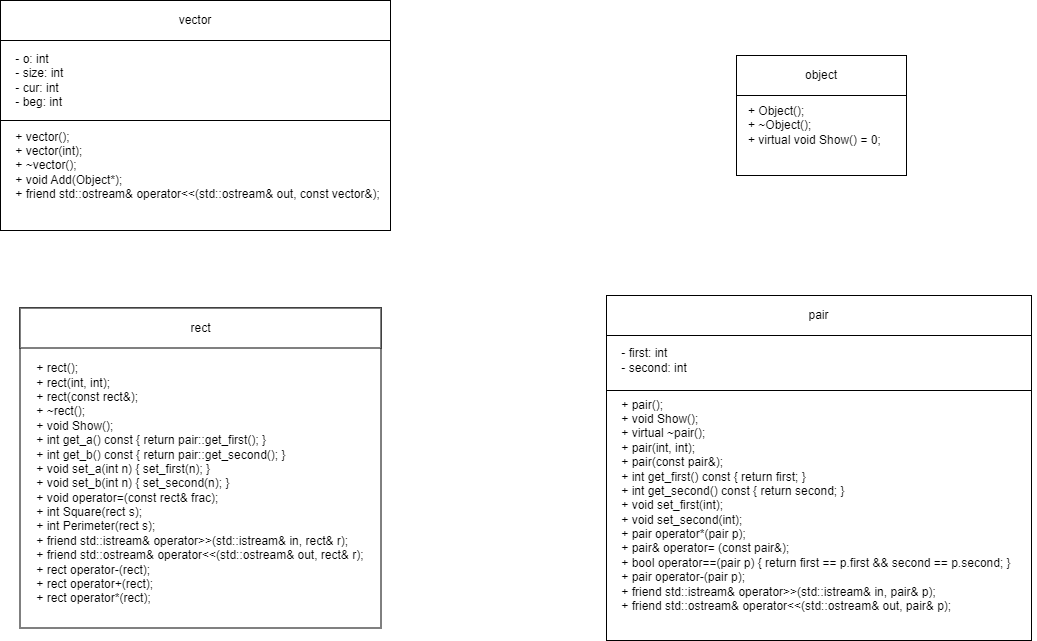
Earlier version of the draw.io export 2 Семестр/Class/Лаба 5/Лаба 5 Классы.png (IlyaFedoseev227/LABS-PNRPU-IVT-22-1b). Source tidied: cells renumbered, new cells last; positions are measured from the earlier drawing's top-left corner, leaving out a move shared by most shapes.
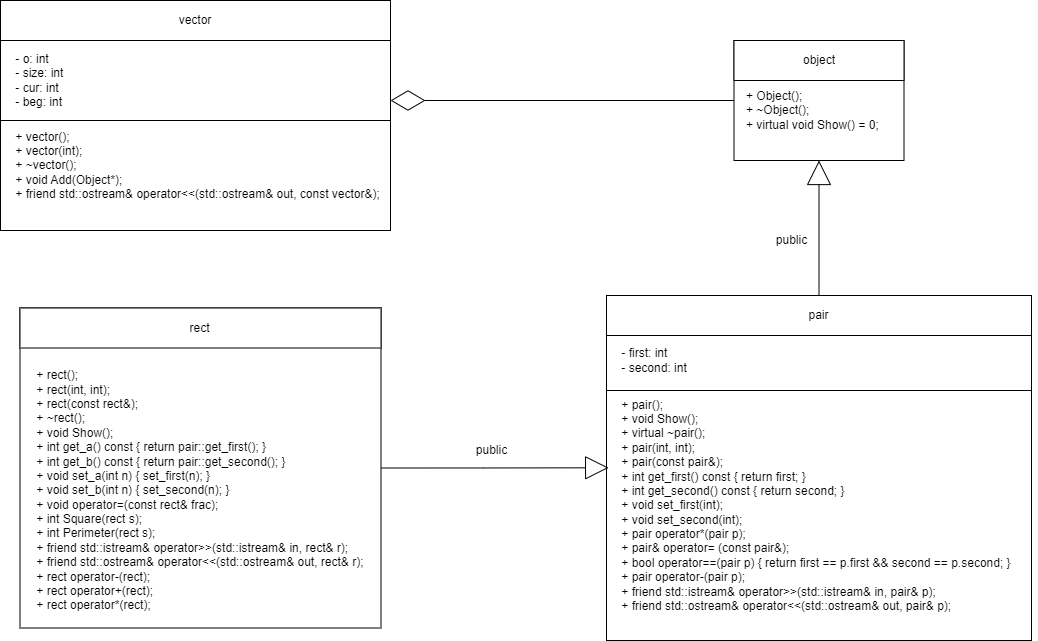
The same file after the commit.

The edit, as a diff of the source:
```diff
@@ -3,13 +3,13 @@
     <mxCell id="0" />
     <mxCell id="1" parent="0" />
     <mxCell id="2" style="rounded=0;whiteSpace=wrap;html=1;" parent="1" vertex="1">
-      <mxGeometry x="736" y="55" width="170" height="120" as="geometry" />
+      <mxGeometry x="733.5" y="40" width="170" height="120" as="geometry" />
     </mxCell>
     <mxCell id="3" value="object" style="rounded=0;whiteSpace=wrap;html=1;" parent="1" vertex="1">
-      <mxGeometry x="736" y="55" width="170" height="40" as="geometry" />
+      <mxGeometry x="733.5" y="40" width="170" height="40" as="geometry" />
     </mxCell>
     <mxCell id="4" value="&lt;div&gt;+ Object();&lt;/div&gt;&lt;div&gt;+ ~Object();&lt;span style=&quot;&quot;&gt;&lt;/span&gt;&lt;/div&gt;&lt;div&gt;&lt;span style=&quot;&quot;&gt;+ virtual void Show() = 0;&lt;/span&gt;&lt;/div&gt;" style="text;html=1;align=left;verticalAlign=middle;strokeColor=none;fillColor=none;" parent="1" vertex="1">
-      <mxGeometry x="746" y="95" width="160" height="60" as="geometry" />
+      <mxGeometry x="743.5" y="80" width="160" height="60" as="geometry" />
     </mxCell>
     <mxCell id="5" style="rounded=0;whiteSpace=wrap;html=1;" parent="1" vertex="1">
       <mxGeometry width="390" height="230" as="geometry" />
@@ -41,6 +41,9 @@
     <mxCell id="14" value="&lt;div&gt;&amp;nbsp; &amp;nbsp; + pair();&lt;/div&gt;&lt;div&gt;&amp;nbsp; &amp;nbsp; + void Show();&lt;span style=&quot;&quot;&gt;&lt;/span&gt;&lt;/div&gt;&lt;div&gt;&lt;span style=&quot;&quot;&gt;&lt;span style=&quot;&quot;&gt;&lt;span style=&quot;white-space: pre;&quot;&gt;&amp;nbsp;&amp;nbsp;&amp;nbsp;&amp;nbsp;+ &lt;/span&gt;&lt;/span&gt;virtual ~pair();&lt;/span&gt;&lt;/div&gt;&lt;div&gt;&lt;span style=&quot;&quot;&gt;&lt;span style=&quot;&quot;&gt;&lt;span style=&quot;white-space: pre;&quot;&gt;&amp;nbsp;&amp;nbsp;&amp;nbsp;&amp;nbsp;+ &lt;/span&gt;&lt;/span&gt;pair(int, int);&lt;/span&gt;&lt;/div&gt;&lt;div&gt;&lt;span style=&quot;&quot;&gt;&lt;span style=&quot;&quot;&gt;&lt;span style=&quot;white-space: pre;&quot;&gt;&amp;nbsp;&amp;nbsp;&amp;nbsp;&amp;nbsp;+ &lt;/span&gt;&lt;/span&gt;pair(const pair&amp;amp;);&lt;/span&gt;&lt;/div&gt;&lt;div&gt;&lt;span style=&quot;&quot;&gt;&lt;span style=&quot;&quot;&gt;&lt;span style=&quot;white-space: pre;&quot;&gt;&amp;nbsp;&amp;nbsp;&amp;nbsp;&amp;nbsp;+ &lt;/span&gt;&lt;/span&gt;int get_first() const { return first; }&lt;/span&gt;&lt;/div&gt;&lt;div&gt;&lt;span style=&quot;&quot;&gt;&lt;span style=&quot;&quot;&gt;&lt;span style=&quot;white-space: pre;&quot;&gt;&amp;nbsp;&amp;nbsp;&amp;nbsp;&amp;nbsp;+ &lt;/span&gt;&lt;/span&gt;int get_second() const { return second; }&lt;/span&gt;&lt;/div&gt;&lt;div&gt;&lt;span style=&quot;&quot;&gt;&lt;span style=&quot;&quot;&gt;&lt;span style=&quot;white-space: pre;&quot;&gt;&amp;nbsp;&amp;nbsp;&amp;nbsp;&amp;nbsp;+ &lt;/span&gt;&lt;/span&gt;void set_first(int);&lt;/span&gt;&lt;/div&gt;&lt;div&gt;&lt;span style=&quot;&quot;&gt;&lt;span style=&quot;&quot;&gt;&lt;span style=&quot;white-space: pre;&quot;&gt;&amp;nbsp;&amp;nbsp;&amp;nbsp;&amp;nbsp;+ &lt;/span&gt;&lt;/span&gt;void set_second(int);&lt;/span&gt;&lt;/div&gt;&lt;div&gt;&lt;span style=&quot;&quot;&gt;&lt;span style=&quot;&quot;&gt;&lt;span style=&quot;white-space: pre;&quot;&gt;&amp;nbsp;&amp;nbsp;&amp;nbsp;&amp;nbsp;+ &lt;/span&gt;&lt;/span&gt;pair operator*(pair p);&lt;/span&gt;&lt;/div&gt;&lt;div&gt;&lt;span style=&quot;&quot;&gt;&lt;span style=&quot;&quot;&gt;&lt;span style=&quot;white-space: pre;&quot;&gt;&amp;nbsp;&amp;nbsp;&amp;nbsp;&amp;nbsp;+ &lt;/span&gt;&lt;/span&gt;pair&amp;amp; operator= (const pair&amp;amp;);&lt;/span&gt;&lt;/div&gt;&lt;div&gt;&lt;span style=&quot;&quot;&gt;&lt;span style=&quot;&quot;&gt;&lt;span style=&quot;white-space: pre;&quot;&gt;&amp;nbsp;&amp;nbsp;&amp;nbsp;&amp;nbsp;+ &lt;/span&gt;&lt;/span&gt;bool operator==(pair p) { return first == p.first &amp;amp;&amp;amp; second == p.second; }&lt;/span&gt;&lt;/div&gt;&lt;div&gt;&lt;span style=&quot;&quot;&gt;&lt;span style=&quot;&quot;&gt;&lt;span style=&quot;white-space: pre;&quot;&gt;&amp;nbsp;&amp;nbsp;&amp;nbsp;&amp;nbsp;+ &lt;/span&gt;&lt;/span&gt;pair operator-(pair p);&lt;/span&gt;&lt;/div&gt;&lt;div&gt;&lt;span style=&quot;&quot;&gt;&lt;span style=&quot;&quot;&gt;&lt;span style=&quot;white-space: pre;&quot;&gt;&amp;nbsp;&amp;nbsp;&amp;nbsp;&amp;nbsp;+ &lt;/span&gt;&lt;/span&gt;friend std::istream&amp;amp; operator&amp;gt;&amp;gt;(std::istream&amp;amp; in, pair&amp;amp; p);&lt;/span&gt;&lt;/div&gt;&lt;div&gt;&lt;span style=&quot;&quot;&gt;&lt;span style=&quot;&quot;&gt;&lt;span style=&quot;white-space: pre;&quot;&gt;&amp;nbsp;&amp;nbsp;&amp;nbsp;&amp;nbsp;+ &lt;/span&gt;&lt;/span&gt;friend std::ostream&amp;amp; operator&amp;lt;&amp;lt;(std::ostream&amp;amp; out, pair&amp;amp; p);&lt;/span&gt;&lt;/div&gt;" style="text;html=1;align=left;verticalAlign=middle;points=[];strokeColor=none;fillColor=none;" parent="1" vertex="1">
       <mxGeometry x="606" y="390" width="430" height="230" as="geometry" />
     </mxCell>
+    <mxCell id="18" style="edgeStyle=orthogonalEdgeStyle;rounded=0;jettySize=auto;html=1;exitX=1;exitY=0.5;exitDx=0;exitDy=0;entryX=0.005;entryY=0.336;entryDx=0;entryDy=0;entryPerimeter=0;jumpSize=6;endSize=21;endArrow=block;endFill=0;" parent="1" edge="1" source="15" target="14">
+      <mxGeometry relative="1" as="geometry" />
+    </mxCell>
     <mxCell id="15" style="rounded=0;whiteSpace=wrap;html=1;" parent="1" vertex="1">
       <mxGeometry x="19.5" y="307.5" width="361" height="320" as="geometry" />
     </mxCell>
@@ -48,7 +51,19 @@
       <mxGeometry x="19.5" y="307.5" width="361" height="40" as="geometry" />
     </mxCell>
     <mxCell id="17" value="&lt;div&gt;&amp;nbsp; &amp;nbsp; + rect();&lt;span style=&quot;&quot;&gt;&lt;/span&gt;&lt;/div&gt;&lt;div&gt;&lt;span style=&quot;&quot;&gt;&lt;span style=&quot;&quot;&gt;&lt;span style=&quot;white-space: pre;&quot;&gt;&amp;nbsp;&amp;nbsp;&amp;nbsp;&amp;nbsp;+ &lt;/span&gt;&lt;/span&gt;rect(int, int);&lt;/span&gt;&lt;/div&gt;&lt;div&gt;&lt;span style=&quot;&quot;&gt;&lt;span style=&quot;&quot;&gt;&lt;span style=&quot;white-space: pre;&quot;&gt;&amp;nbsp;&amp;nbsp;&amp;nbsp;&amp;nbsp;+ &lt;/span&gt;&lt;/span&gt;rect(const rect&amp;amp;);&lt;/span&gt;&lt;/div&gt;&lt;div&gt;&lt;span style=&quot;&quot;&gt;&lt;span style=&quot;&quot;&gt;&lt;span style=&quot;white-space: pre;&quot;&gt;&amp;nbsp;&amp;nbsp;&amp;nbsp;&amp;nbsp;+ &lt;/span&gt;&lt;/span&gt;~rect();&lt;/span&gt;&lt;/div&gt;&lt;div&gt;&lt;span style=&quot;&quot;&gt;&lt;span style=&quot;&quot;&gt;&lt;span style=&quot;white-space: pre;&quot;&gt;&amp;nbsp;&amp;nbsp;&amp;nbsp;&amp;nbsp;+ &lt;/span&gt;&lt;/span&gt;void Show();&lt;/span&gt;&lt;/div&gt;&lt;div&gt;&lt;span style=&quot;&quot;&gt;&lt;span style=&quot;&quot;&gt;&lt;span style=&quot;white-space: pre;&quot;&gt;&amp;nbsp;&amp;nbsp;&amp;nbsp;&amp;nbsp;+ &lt;/span&gt;&lt;/span&gt;int get_a() const { return pair::get_first(); }&lt;/span&gt;&lt;/div&gt;&lt;div&gt;&lt;span style=&quot;&quot;&gt;&lt;span style=&quot;&quot;&gt;&lt;span style=&quot;white-space: pre;&quot;&gt;&amp;nbsp;&amp;nbsp;&amp;nbsp;&amp;nbsp;+ &lt;/span&gt;&lt;/span&gt;int get_b() const { return pair::get_second(); }&lt;/span&gt;&lt;/div&gt;&lt;div&gt;&lt;span style=&quot;&quot;&gt;&lt;span style=&quot;&quot;&gt;&lt;span style=&quot;white-space: pre;&quot;&gt;&amp;nbsp;&amp;nbsp;&amp;nbsp;&amp;nbsp;+ &lt;/span&gt;&lt;/span&gt;void set_a(int n) { set_first(n); }&lt;/span&gt;&lt;/div&gt;&lt;div&gt;&lt;span style=&quot;&quot;&gt;&lt;span style=&quot;&quot;&gt;&lt;span style=&quot;white-space: pre;&quot;&gt;&amp;nbsp;&amp;nbsp;&amp;nbsp;&amp;nbsp;+ &lt;/span&gt;&lt;/span&gt;void set_b(int n) { set_second(n); }&lt;/span&gt;&lt;/div&gt;&lt;div&gt;&lt;span style=&quot;&quot;&gt;&lt;span style=&quot;&quot;&gt;&lt;span style=&quot;white-space: pre;&quot;&gt;&amp;nbsp;&amp;nbsp;&amp;nbsp;&amp;nbsp;+ &lt;/span&gt;&lt;/span&gt;void operator=(const rect&amp;amp; frac);&lt;/span&gt;&lt;/div&gt;&lt;div&gt;&lt;span style=&quot;&quot;&gt;&lt;span style=&quot;&quot;&gt;&lt;span style=&quot;white-space: pre;&quot;&gt;&amp;nbsp;&amp;nbsp;&amp;nbsp;&amp;nbsp;+ &lt;/span&gt;&lt;/span&gt;int Square(rect s);&lt;/span&gt;&lt;/div&gt;&lt;div&gt;&lt;span style=&quot;&quot;&gt;&lt;span style=&quot;&quot;&gt;&lt;span style=&quot;white-space: pre;&quot;&gt;&amp;nbsp;&amp;nbsp;&amp;nbsp;&amp;nbsp;+ &lt;/span&gt;&lt;/span&gt;int Perimeter(rect s);&lt;/span&gt;&lt;/div&gt;&lt;div&gt;&lt;span style=&quot;&quot;&gt;&lt;span style=&quot;&quot;&gt;&lt;span style=&quot;white-space: pre;&quot;&gt;&amp;nbsp;&amp;nbsp;&amp;nbsp;&amp;nbsp;+ &lt;/span&gt;&lt;/span&gt;friend std::istream&amp;amp; operator&amp;gt;&amp;gt;(std::istream&amp;amp; in, rect&amp;amp; r);&lt;/span&gt;&lt;/div&gt;&lt;div&gt;&lt;span style=&quot;&quot;&gt;&lt;span style=&quot;&quot;&gt;&lt;span style=&quot;white-space: pre;&quot;&gt;&amp;nbsp;&amp;nbsp;&amp;nbsp;&amp;nbsp;+ &lt;/span&gt;&lt;/span&gt;friend std::ostream&amp;amp; operator&amp;lt;&amp;lt;(std::ostream&amp;amp; out, rect&amp;amp; r);&lt;/span&gt;&lt;/div&gt;&lt;div&gt;&lt;span style=&quot;&quot;&gt;&lt;span style=&quot;&quot;&gt;&lt;span style=&quot;white-space: pre;&quot;&gt;&amp;nbsp;&amp;nbsp;&amp;nbsp;&amp;nbsp;+ &lt;/span&gt;&lt;/span&gt;rect operator-(rect);&lt;/span&gt;&lt;/div&gt;&lt;div&gt;&lt;span style=&quot;&quot;&gt;&lt;span style=&quot;&quot;&gt;&lt;span style=&quot;white-space: pre;&quot;&gt;&amp;nbsp;&amp;nbsp;&amp;nbsp;&amp;nbsp;+ &lt;/span&gt;&lt;/span&gt;rect operator+(rect);&lt;/span&gt;&lt;/div&gt;&lt;div&gt;&lt;span style=&quot;&quot;&gt;&lt;span style=&quot;&quot;&gt;&lt;span style=&quot;white-space: pre;&quot;&gt;&amp;nbsp;&amp;nbsp;&amp;nbsp;&amp;nbsp;+ &lt;/span&gt;&lt;/span&gt;rect operator*(rect);&lt;/span&gt;&lt;/div&gt;" style="text;html=1;align=left;verticalAlign=middle;strokeColor=none;fillColor=none;" parent="1" vertex="1">
-      <mxGeometry x="20.5" y="352.5" width="360" height="260" as="geometry" />
+      <mxGeometry x="20.5" y="360" width="360" height="260" as="geometry" />
     </mxCell>
+    <mxCell id="19" value="public" style="text;html=1;align=center;verticalAlign=middle;strokeColor=none;fillColor=none;" parent="1" vertex="1">
+      <mxGeometry x="466" y="435" width="50" height="30" as="geometry" />
+    </mxCell>
+    <mxCell id="20" style="edgeStyle=orthogonalEdgeStyle;rounded=0;jettySize=auto;html=1;entryX=0.5;entryY=1;entryDx=0;entryDy=0;endArrow=block;endFill=0;strokeWidth=1;endSize=22;exitX=0.5;exitY=0;exitDx=0;exitDy=0;" parent="1" edge="1" source="11" target="2">
+      <mxGeometry relative="1" as="geometry" />
+    </mxCell>
+    <mxCell id="21" value="public" style="text;html=1;align=center;verticalAlign=middle;strokeColor=none;fillColor=none;" parent="1" vertex="1">
+      <mxGeometry x="766" y="225" width="50" height="30" as="geometry" />
+    </mxCell>
+    <mxCell id="22" style="edgeStyle=orthogonalEdgeStyle;rounded=0;jettySize=auto;html=1;entryX=1;entryY=0.75;entryDx=0;entryDy=0;endArrow=diamondThin;endFill=0;strokeWidth=1;endSize=32;exitX=0;exitY=0.5;exitDx=0;exitDy=0;" parent="1" edge="1" source="2" target="7">
+      <mxGeometry relative="1" as="geometry" />
+    </mxCell>
   </root>
 </mxGraphModel>
```
